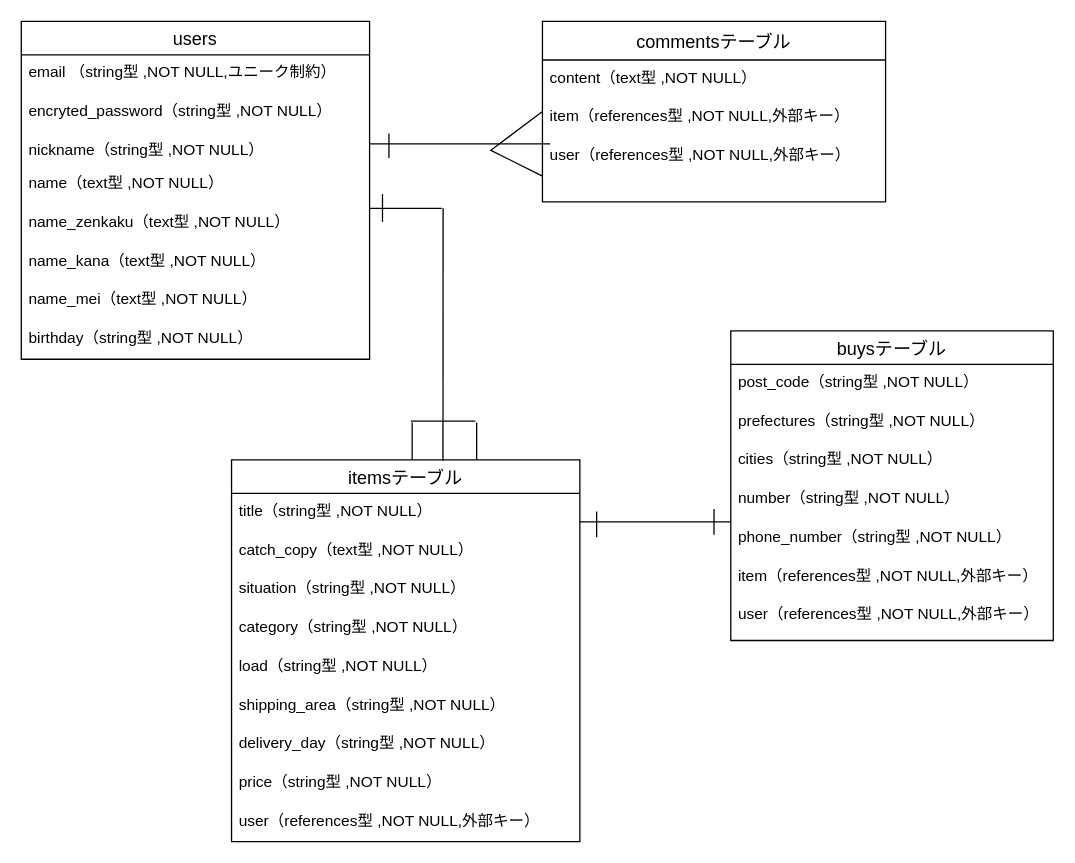
This is furima.dio from shota-kida/furima-39132-2, a draw.io file, before an edit. Source tidied: cells renumbered, new cells numbered last; positions are measured from the earlier drawing's top-left corner, leaving out a move shared by most shapes. Both pictures are drawn from the tidied source at 129%, with x=0, y=0 at pixel (21, 21).
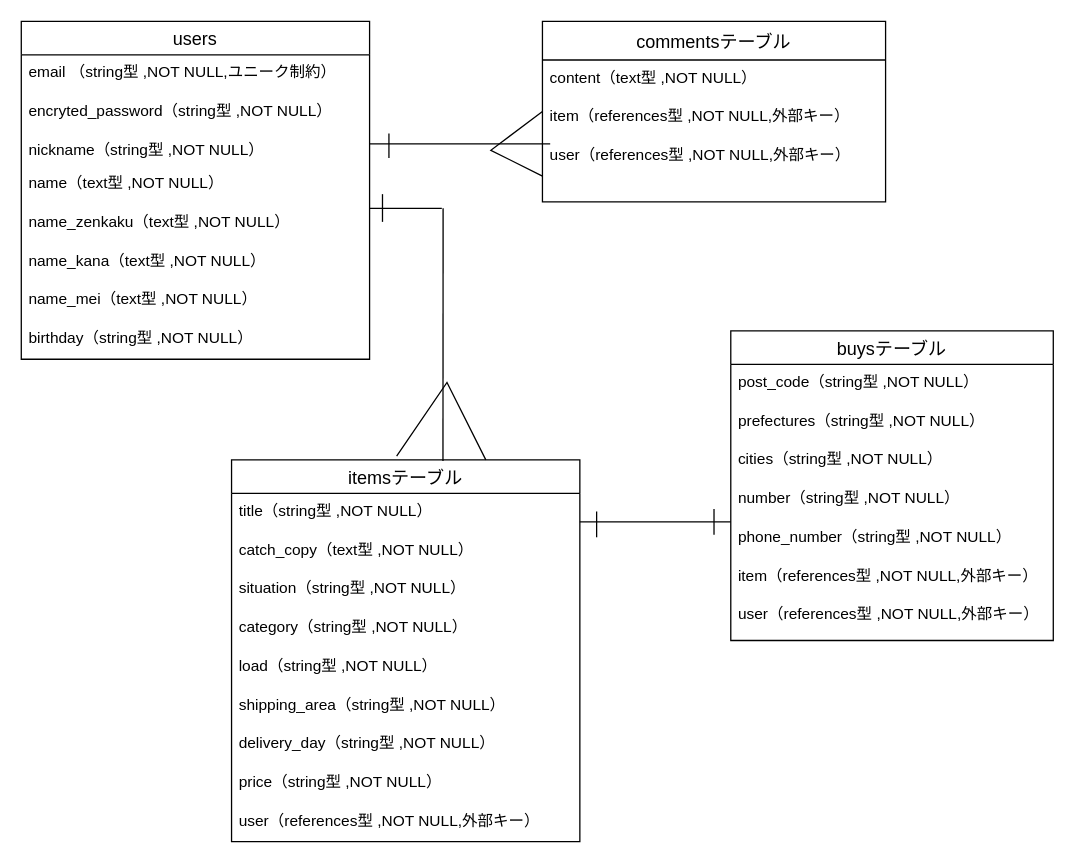
The same diagram, later.

Commit message (it also covers changes not shown here):
ER図・readme作成②

The change refers to these unchanged cells:
```xml
<mxCell id="11" value="itemsテーブル" style="swimlane;fontStyle=0;horizontal=1;startSize=26;align=center;fontSize=14;" parent="1" vertex="1">
  <mxGeometry x="163" y="340" width="270" height="296" as="geometry" />
</mxCell>
```

What changed in the source:
```diff
@@
-    <mxCell id="42" style="endArrow=none;html=1;rounded=0;" parent="1" edge="1">
+    <mxCell id="42" style="endArrow=none;html=1;rounded=0;exitX=0.474;exitY=-0.01;exitDx=0;exitDy=0;exitPerimeter=0;entryX=0.73;entryY=0;entryDx=0;entryDy=0;entryPerimeter=0;" parent="1" edge="1" source="11" target="11">
       <mxGeometry relative="1" as="geometry">
-        <mxPoint x="302" y="310" as="sourcePoint" />
-        <mxPoint x="352" y="310" as="targetPoint" />
+        <Array as="points">
+          <mxPoint x="330" y="280" />
+        </Array>
       </mxGeometry>
     </mxCell>
-    <mxCell id="43" style="endArrow=none;html=1;rounded=0;" parent="1" edge="1">
-      <mxGeometry relative="1" as="geometry">
-        <mxPoint x="353" y="340" as="sourcePoint" />
-        <mxPoint x="353" y="311" as="targetPoint" />
-      </mxGeometry>
-    </mxCell>
-    <mxCell id="44" style="endArrow=none;html=1;rounded=0;" parent="1" edge="1">
-      <mxGeometry relative="1" as="geometry">
-        <mxPoint x="303" y="340" as="sourcePoint" />
-        <mxPoint x="303" y="311" as="targetPoint" />
-      </mxGeometry>
-    </mxCell>
```
